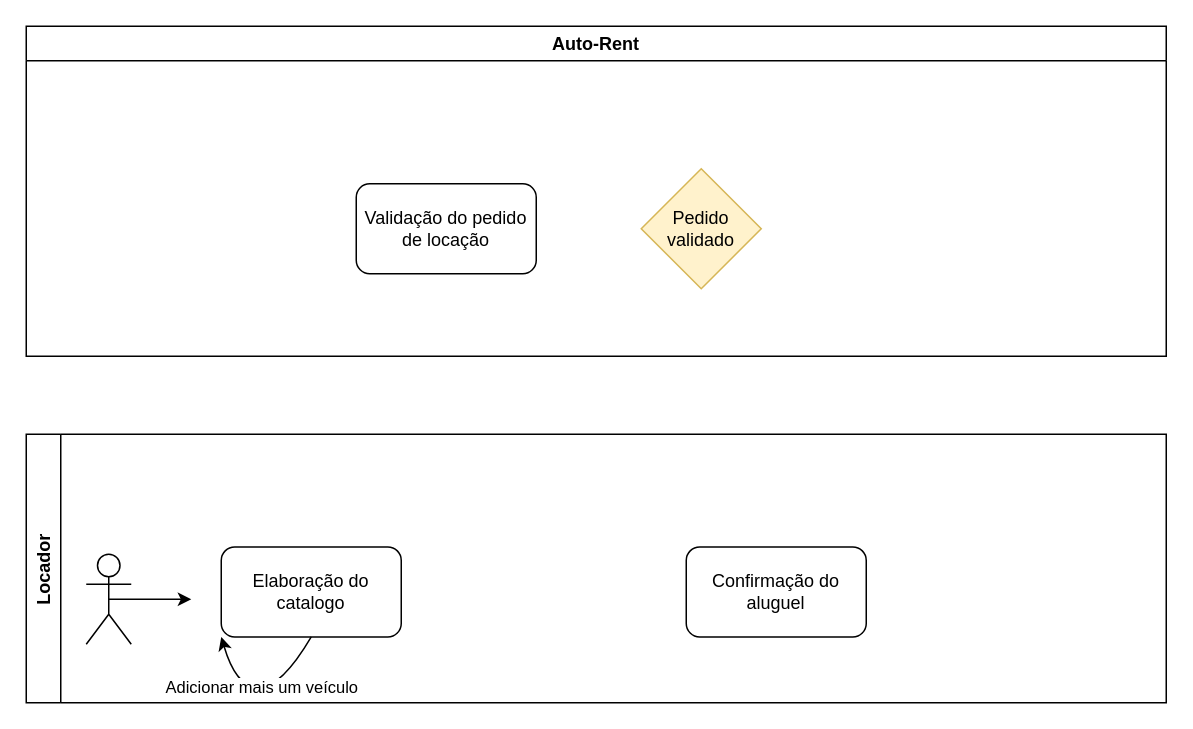
Earlier version of the draw.io diagram Aluguel Locador.drawio (patrickm97/Auto-Rent). Source tidied: cells renumbered, new cells numbered last; positions are measured from the earlier drawing's top-left corner, leaving out a move shared by most shapes. Both pictures are drawn from the tidied source at 150%, with x=0, y=0 at pixel (26, 26).
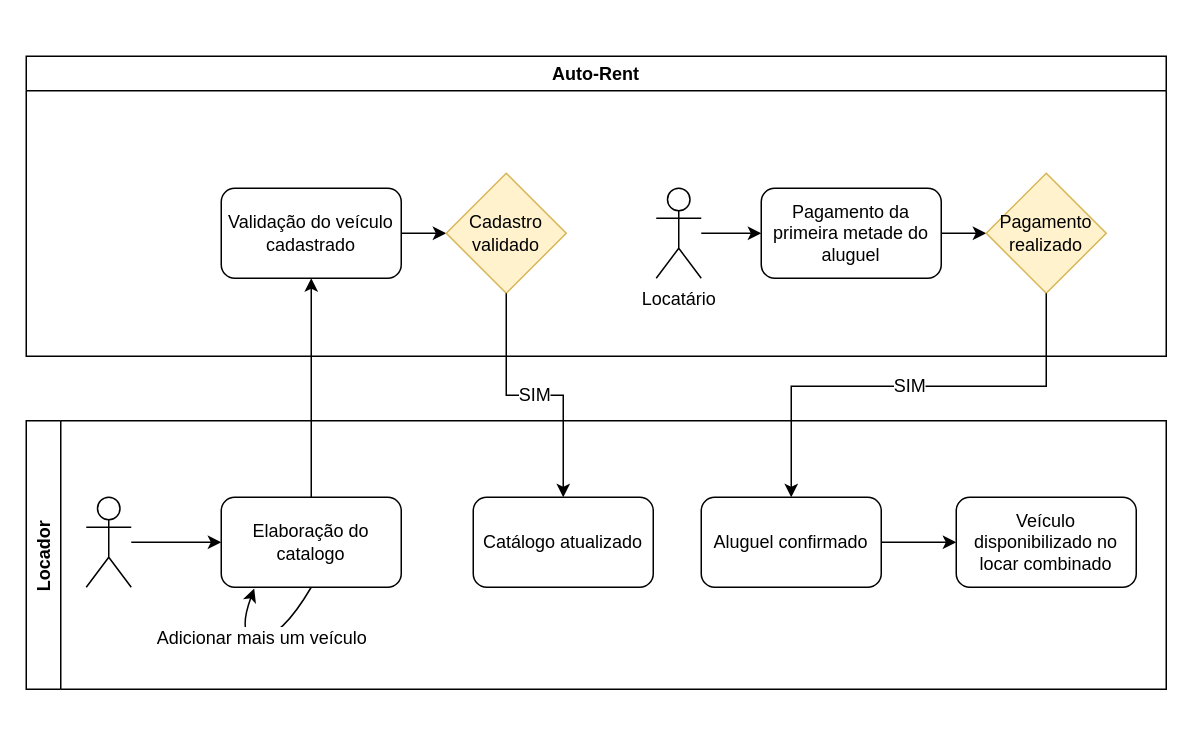
After the change.

The edit, as a diff of the source:
```diff
@@
     <mxCell id="2" value="Locador" style="swimlane;horizontal=0;direction=east;" parent="1" vertex="1">
-      <mxGeometry y="272" width="760" height="179" as="geometry" />
+      <mxGeometry y="263" width="760" height="179" as="geometry" />
     </mxCell>
-    <mxCell id="3" style="shape=umlActor;verticalLabelPosition=bottom;verticalAlign=top;html=1;" parent="2" vertex="1">
-      <mxGeometry x="40" y="80" width="30" height="60" as="geometry" />
-    </mxCell>
-    <mxCell id="4" style="edgeStyle=orthogonalEdgeStyle;rounded=0;jettySize=auto;html=1;exitX=0.5;exitY=0.5;exitDx=0;exitDy=0;exitPerimeter=0;entryX=0;entryY=0.5;entryDx=0;entryDy=0;" parent="2" edge="1" source="3">
-      <mxGeometry relative="1" as="geometry">
-        <mxPoint x="110" y="110" as="targetPoint" />
-      </mxGeometry>
-    </mxCell>
+    <mxCell id="11" style="edgeStyle=orthogonalEdgeStyle;rounded=0;jettySize=auto;html=1;entryX=0;entryY=0.5;entryDx=0;entryDy=0;fontSize=12;" parent="2" edge="1" source="6" target="12">
+      <mxGeometry relative="1" as="geometry" />
+    </mxCell>
+    <mxCell id="6" value="Aluguel confirmado" style="rounded=1;whiteSpace=wrap;html=1;" parent="2" vertex="1">
+      <mxGeometry x="450" y="51" width="120" height="60" as="geometry" />
+    </mxCell>
     <mxCell id="5" value="Elaboração do catalogo" style="rounded=1;whiteSpace=wrap;html=1;" parent="2" vertex="1">
-      <mxGeometry x="130" y="75.1" width="120" height="60" as="geometry" />
+      <mxGeometry x="130" y="51" width="120" height="60" as="geometry" />
     </mxCell>
-    <mxCell id="6" value="Confirmação do aluguel" style="rounded=1;whiteSpace=wrap;html=1;" parent="2" vertex="1">
-      <mxGeometry x="440" y="75.1" width="120" height="60" as="geometry" />
-    </mxCell>
-    <mxCell id="7" value="Adicionar mais um veículo" style="curved=1;endArrow=classic;html=1;rounded=0;exitX=0.5;exitY=1;exitDx=0;exitDy=0;entryX=0;entryY=1;entryDx=0;entryDy=0;" parent="2" edge="1" source="5" target="5">
+    <mxCell id="7" value="Adicionar mais um veículo" style="curved=1;endArrow=classic;html=1;rounded=0;exitX=0.5;exitY=1;exitDx=0;exitDy=0;entryX=0.183;entryY=1.015;entryDx=0;entryDy=0;fontSize=12;entryPerimeter=0;" parent="2" edge="1" source="5" target="5">
       <mxGeometry relative="1" as="geometry">
         <Array as="points">
-          <mxPoint x="170" y="169" />
-          <mxPoint x="140" y="169" />
+          <mxPoint x="170" y="144.9" />
+          <mxPoint x="140" y="144.9" />
         </Array>
       </mxGeometry>
     </mxCell>
+    <mxCell id="12" value="Veículo disponibilizado no locar combinado" style="rounded=1;whiteSpace=wrap;html=1;" parent="2" vertex="1">
+      <mxGeometry x="620" y="51" width="120" height="60" as="geometry" />
+    </mxCell>
     <mxCell id="8" value="Auto-Rent" style="swimlane;" parent="1" vertex="1">
-      <mxGeometry width="760" height="220" as="geometry" />
+      <mxGeometry y="20" width="760" height="200" as="geometry" />
     </mxCell>
+    <mxCell id="13" style="edgeStyle=orthogonalEdgeStyle;rounded=0;jettySize=auto;html=1;entryX=0;entryY=0.5;entryDx=0;entryDy=0;fontSize=12;" parent="8" edge="1" source="9" target="10">
+      <mxGeometry relative="1" as="geometry" />
+    </mxCell>
-    <mxCell id="9" value="Validação do pedido de locação" style="rounded=1;whiteSpace=wrap;html=1;" parent="8" vertex="1">
-      <mxGeometry x="220" y="105" width="120" height="60" as="geometry" />
+    <mxCell id="9" value="Pagamento da primeira metade do aluguel" style="rounded=1;whiteSpace=wrap;html=1;" parent="8" vertex="1">
+      <mxGeometry x="490" y="88" width="120" height="60" as="geometry" />
     </mxCell>
-    <mxCell id="10" value="Pedido validado" style="rhombus;whiteSpace=wrap;html=1;fillColor=#fff2cc;strokeColor=#d6b656;" parent="8" vertex="1">
-      <mxGeometry x="410" y="95" width="80" height="80" as="geometry" />
+    <mxCell id="10" value="Pagamento realizado" style="rhombus;whiteSpace=wrap;html=1;fillColor=#fff2cc;strokeColor=#d6b656;" parent="8" vertex="1">
+      <mxGeometry x="640" y="78" width="80" height="80" as="geometry" />
     </mxCell>
+    <mxCell id="14" style="edgeStyle=orthogonalEdgeStyle;rounded=0;jettySize=auto;html=1;entryX=0;entryY=0.5;entryDx=0;entryDy=0;fontSize=12;" parent="8" edge="1" source="15" target="16">
+      <mxGeometry relative="1" as="geometry" />
+    </mxCell>
+    <mxCell id="15" value="Validação do veículo cadastrado" style="rounded=1;whiteSpace=wrap;html=1;" parent="8" vertex="1">
+      <mxGeometry x="130" y="88" width="120" height="60" as="geometry" />
+    </mxCell>
+    <mxCell id="16" value="Cadastro validado" style="rhombus;whiteSpace=wrap;html=1;fillColor=#fff2cc;strokeColor=#d6b656;" parent="8" vertex="1">
+      <mxGeometry x="280" y="78" width="80" height="80" as="geometry" />
+    </mxCell>
+    <mxCell id="17" style="edgeStyle=orthogonalEdgeStyle;rounded=0;jettySize=auto;html=1;entryX=0;entryY=0.5;entryDx=0;entryDy=0;fontSize=12;" parent="8" edge="1" source="18" target="9">
+      <mxGeometry relative="1" as="geometry" />
+    </mxCell>
+    <mxCell id="18" value="Locatário" style="shape=umlActor;verticalLabelPosition=bottom;verticalAlign=top;html=1;" parent="8" vertex="1">
+      <mxGeometry x="420" y="88" width="30" height="60" as="geometry" />
+    </mxCell>
+    <mxCell id="19" style="edgeStyle=orthogonalEdgeStyle;rounded=0;jettySize=auto;html=1;entryX=0;entryY=0.5;entryDx=0;entryDy=0;fontSize=12;" parent="1" edge="1" source="3" target="5">
+      <mxGeometry relative="1" as="geometry" />
+    </mxCell>
+    <mxCell id="3" style="shape=umlActor;verticalLabelPosition=bottom;verticalAlign=top;html=1;" parent="1" vertex="1">
+      <mxGeometry x="40" y="314" width="30" height="60" as="geometry" />
+    </mxCell>
+    <mxCell id="20" style="edgeStyle=orthogonalEdgeStyle;rounded=0;jettySize=auto;html=1;entryX=0.5;entryY=1;entryDx=0;entryDy=0;fontSize=12;" parent="1" edge="1" source="5" target="15">
+      <mxGeometry relative="1" as="geometry" />
+    </mxCell>
+    <mxCell id="21" value="SIM" style="edgeStyle=orthogonalEdgeStyle;rounded=0;jettySize=auto;html=1;entryX=0.5;entryY=0;entryDx=0;entryDy=0;fontSize=12;" parent="1" edge="1" source="10" target="6">
+      <mxGeometry relative="1" as="geometry">
+        <Array as="points">
+          <mxPoint x="680" y="240" />
+          <mxPoint x="510" y="240" />
+        </Array>
+      </mxGeometry>
+    </mxCell>
+    <mxCell id="22" value="Catálogo atualizado" style="rounded=1;whiteSpace=wrap;html=1;" parent="1" vertex="1">
+      <mxGeometry x="298" y="314" width="120" height="60" as="geometry" />
+    </mxCell>
+    <mxCell id="23" value="SIM" style="edgeStyle=orthogonalEdgeStyle;rounded=0;jettySize=auto;html=1;entryX=0.5;entryY=0;entryDx=0;entryDy=0;fontSize=12;" parent="1" edge="1" source="16" target="22">
+      <mxGeometry relative="1" as="geometry" />
+    </mxCell>
```
